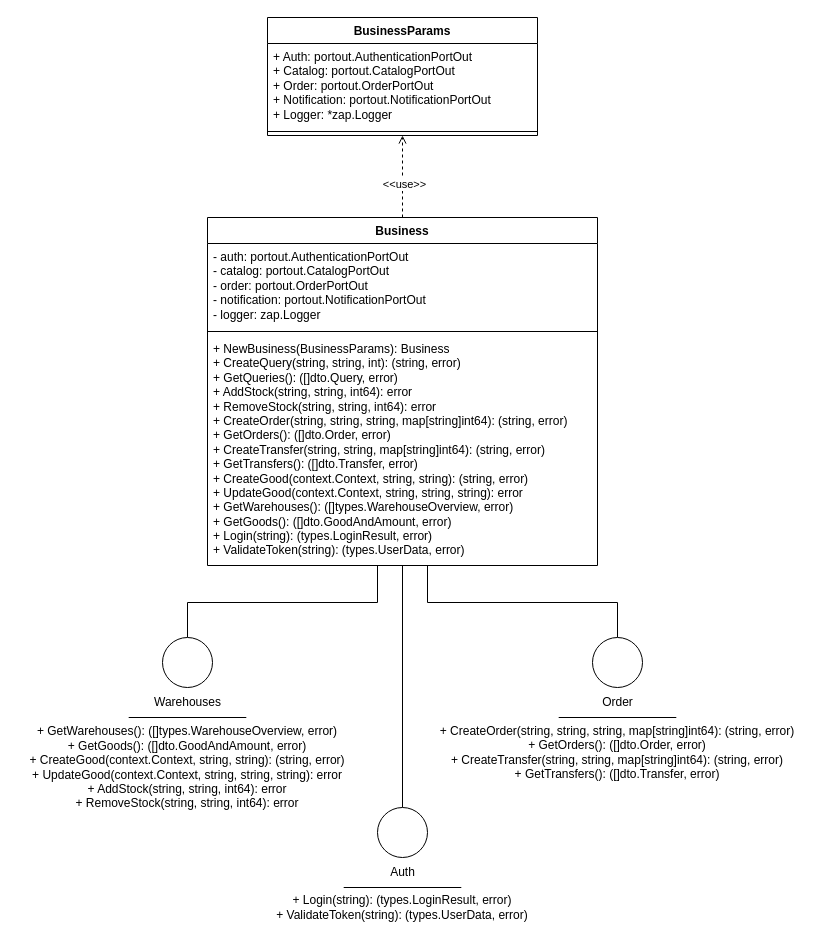
Earlier version of the draw.io diagram page "business" (2 of 4) of assets/drawio/apigateway.drawio (alimitedgroup/alimitedgroup.github.io). Source tidied: cells renumbered, new cells numbered last; positions are measured from the earlier drawing's top-left corner, leaving out a move shared by most shapes. Both pictures are drawn from the tidied source at 100%, with x=0, y=0 at pixel (17, 17).
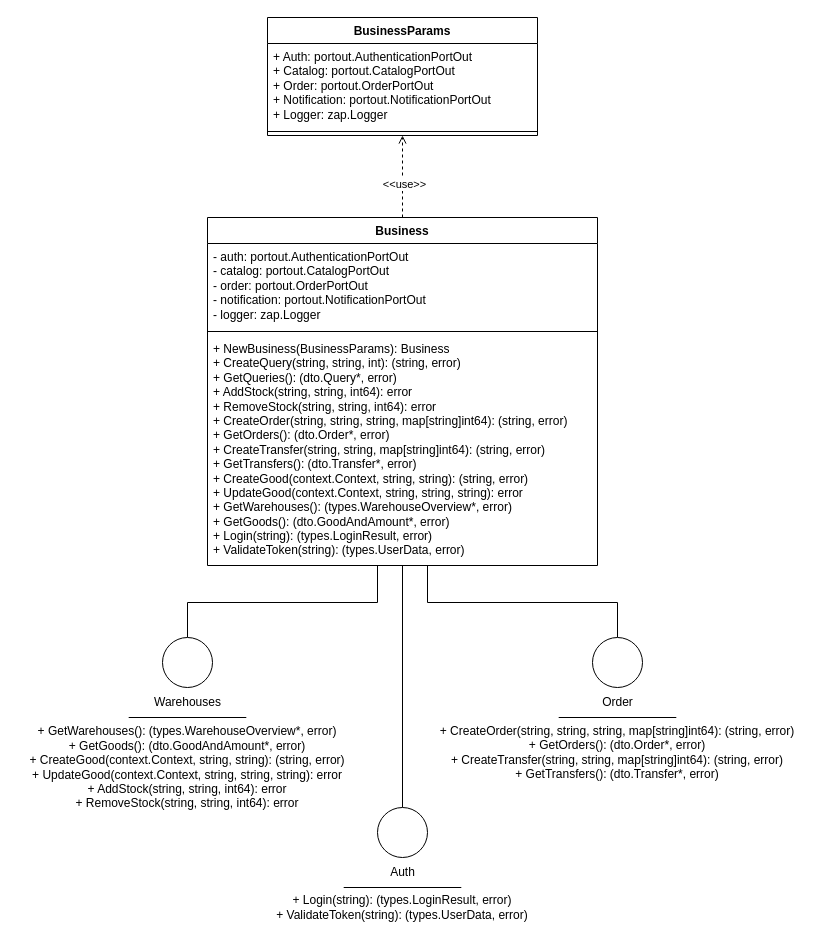
After the change.

Commit message (it also covers changes not shown here):
fix array types in UML

Unchanged cells that the change refers to:
```xml
<mxCell id="5" value="Business" style="swimlane;fontStyle=1;align=center;verticalAlign=top;horizontal=1;startSize=26;whiteSpace=wrap;html=1;" parent="1" vertex="1">
  <mxGeometry x="190" y="200" width="390" height="348" as="geometry" />
</mxCell>
<mxCell id="21" value="BusinessParams" style="swimlane;fontStyle=1;align=center;verticalAlign=top;horizontal=1;startSize=26;whiteSpace=wrap;html=1;" parent="1" vertex="1">
  <mxGeometry x="250" width="270" height="118" as="geometry" />
</mxCell>
```

What changed in the source:
```diff
@@
-    <mxCell id="8" value="+ NewBusiness(BusinessParams): Business&lt;br&gt;+ CreateQuery(string, string, int): (string, error)&lt;br&gt;+ GetQueries(): ([]dto.Query, error)&lt;br&gt;+ AddStock(string, string, int64): error&lt;br&gt;+ RemoveStock(string, string, int64): error&lt;br&gt;+ CreateOrder(string, string, string, map[string]int64): (string, error)&lt;br&gt;+ GetOrders(): ([]dto.Order, error)&lt;br&gt;+ CreateTransfer(string, string, map[string]int64): (string, error)&lt;br&gt;+ GetTransfers(): ([]dto.Transfer, error)&lt;br&gt;+ CreateGood(context.Context, string, string): (string, error)&lt;br&gt;+ UpdateGood(context.Context, string, string, string): error&lt;br&gt;+ GetWarehouses(): ([]types.WarehouseOverview, error)&lt;br&gt;+ GetGoods(): ([]dto.GoodAndAmount, error)&lt;br&gt;+ Login(string): (types.LoginResult, error)&lt;br&gt;+ ValidateToken(string): (types.UserData, error)" style="text;strokeColor=none;fillColor=none;align=left;verticalAlign=top;spacingLeft=4;spacingRight=4;overflow=hidden;whiteSpace=wrap;html=1;" parent="5" vertex="1">
+    <mxCell id="8" value="+ NewBusiness(BusinessParams): Business&lt;br&gt;+ CreateQuery(string, string, int): (string, error)&lt;br&gt;+ GetQueries(): (dto.Query*, error)&lt;br&gt;+ AddStock(string, string, int64): error&lt;br&gt;+ RemoveStock(string, string, int64): error&lt;br&gt;+ CreateOrder(string, string, string, map[string]int64): (string, error)&lt;br&gt;+ GetOrders(): (dto.Order*, error)&lt;br&gt;+ CreateTransfer(string, string, map[string]int64): (string, error)&lt;br&gt;+ GetTransfers(): (dto.Transfer*, error)&lt;br&gt;+ CreateGood(context.Context, string, string): (string, error)&lt;br&gt;+ UpdateGood(context.Context, string, string, string): error&lt;br&gt;+ GetWarehouses(): (types.WarehouseOverview*, error)&lt;br&gt;+ GetGoods(): (dto.GoodAndAmount*, error)&lt;br&gt;+ Login(string): (types.LoginResult, error)&lt;br&gt;+ ValidateToken(string): (types.UserData, error)" style="text;strokeColor=none;fillColor=none;align=left;verticalAlign=top;spacingLeft=4;spacingRight=4;overflow=hidden;whiteSpace=wrap;html=1;" parent="5" vertex="1">
       <mxGeometry y="118" width="390" height="230" as="geometry" />
     </mxCell>
@@
-    <mxCell id="16" value="+ CreateOrder(string, string, string, map[string]int64): (string, error)&lt;br&gt;+ GetOrders(): ([]dto.Order, error)&lt;br&gt;+ CreateTransfer(string, string, map[string]int64): (string, error)&lt;br&gt;+ GetTransfers(): ([]dto.Transfer, error)" style="text;html=1;align=center;verticalAlign=middle;whiteSpace=wrap;rounded=0;" parent="1" vertex="1">
+    <mxCell id="16" value="+ CreateOrder(string, string, string, map[string]int64): (string, error)&lt;br&gt;+ GetOrders(): (dto.Order*, error)&lt;br&gt;+ CreateTransfer(string, string, map[string]int64): (string, error)&lt;br&gt;+ GetTransfers(): (dto.Transfer*, error)" style="text;html=1;align=center;verticalAlign=middle;whiteSpace=wrap;rounded=0;" parent="1" vertex="1">
       <mxGeometry x="420" y="700" width="360" height="70" as="geometry" />
     </mxCell>
@@
-    <mxCell id="20" value="+ GetWarehouses(): ([]types.WarehouseOverview, error)&lt;br&gt;+ GetGoods(): ([]dto.GoodAndAmount, error)&lt;br&gt;+ CreateGood(context.Context, string, string): (string, error)&lt;br&gt;+ UpdateGood(context.Context, string, string, string): error&lt;br&gt;+ AddStock(string, string, int64): error&lt;br&gt;+ RemoveStock(string, string, int64): error" style="text;html=1;align=center;verticalAlign=middle;whiteSpace=wrap;rounded=0;" parent="1" vertex="1">
+    <mxCell id="20" value="+ GetWarehouses(): (types.WarehouseOverview*, error)&lt;br&gt;+ GetGoods(): (dto.GoodAndAmount*, error)&lt;br&gt;+ CreateGood(context.Context, string, string): (string, error)&lt;br&gt;+ UpdateGood(context.Context, string, string, string): error&lt;br&gt;+ AddStock(string, string, int64): error&lt;br&gt;+ RemoveStock(string, string, int64): error" style="text;html=1;align=center;verticalAlign=middle;whiteSpace=wrap;rounded=0;" parent="1" vertex="1">
       <mxGeometry y="700" width="340" height="100" as="geometry" />
     </mxCell>
@@
-    <mxCell id="22" value="&lt;div&gt;&lt;span style=&quot;background-color: transparent; color: light-dark(rgb(0, 0, 0), rgb(255, 255, 255));&quot;&gt;+ Auth: portout.AuthenticationPortOut&lt;/span&gt;&lt;/div&gt;&lt;div&gt;&lt;div&gt;&lt;span style=&quot;white-space: normal;&quot;&gt;+ Catalog: portout.CatalogPortOut&lt;/span&gt;&lt;/div&gt;&lt;div&gt;&lt;span style=&quot;white-space: normal;&quot;&gt;+ Order: portout.OrderPortOut&lt;/span&gt;&lt;/div&gt;&lt;div&gt;&lt;span style=&quot;white-space: normal;&quot;&gt;+ Notification: portout.NotificationPortOut&lt;/span&gt;&lt;/div&gt;&lt;div&gt;&lt;span style=&quot;white-space: normal;&quot;&gt;+ Logger: *zap.Logger&lt;/span&gt;&lt;/div&gt;&lt;/div&gt;" style="text;strokeColor=none;fillColor=none;align=left;verticalAlign=top;spacingLeft=4;spacingRight=4;overflow=hidden;whiteSpace=wrap;html=1;" parent="21" vertex="1">
+    <mxCell id="22" value="&lt;div&gt;&lt;span style=&quot;background-color: transparent; color: light-dark(rgb(0, 0, 0), rgb(255, 255, 255));&quot;&gt;+ Auth: portout.AuthenticationPortOut&lt;/span&gt;&lt;/div&gt;&lt;div&gt;&lt;div&gt;&lt;span style=&quot;white-space: normal;&quot;&gt;+ Catalog: portout.CatalogPortOut&lt;/span&gt;&lt;/div&gt;&lt;div&gt;&lt;span style=&quot;white-space: normal;&quot;&gt;+ Order: portout.OrderPortOut&lt;/span&gt;&lt;/div&gt;&lt;div&gt;&lt;span style=&quot;white-space: normal;&quot;&gt;+ Notification: portout.NotificationPortOut&lt;/span&gt;&lt;/div&gt;&lt;div&gt;&lt;span style=&quot;white-space: normal;&quot;&gt;+ Logger: zap.Logger&lt;/span&gt;&lt;/div&gt;&lt;/div&gt;" style="text;strokeColor=none;fillColor=none;align=left;verticalAlign=top;spacingLeft=4;spacingRight=4;overflow=hidden;whiteSpace=wrap;html=1;" parent="21" vertex="1">
       <mxGeometry y="26" width="270" height="84" as="geometry" />
     </mxCell>
```
